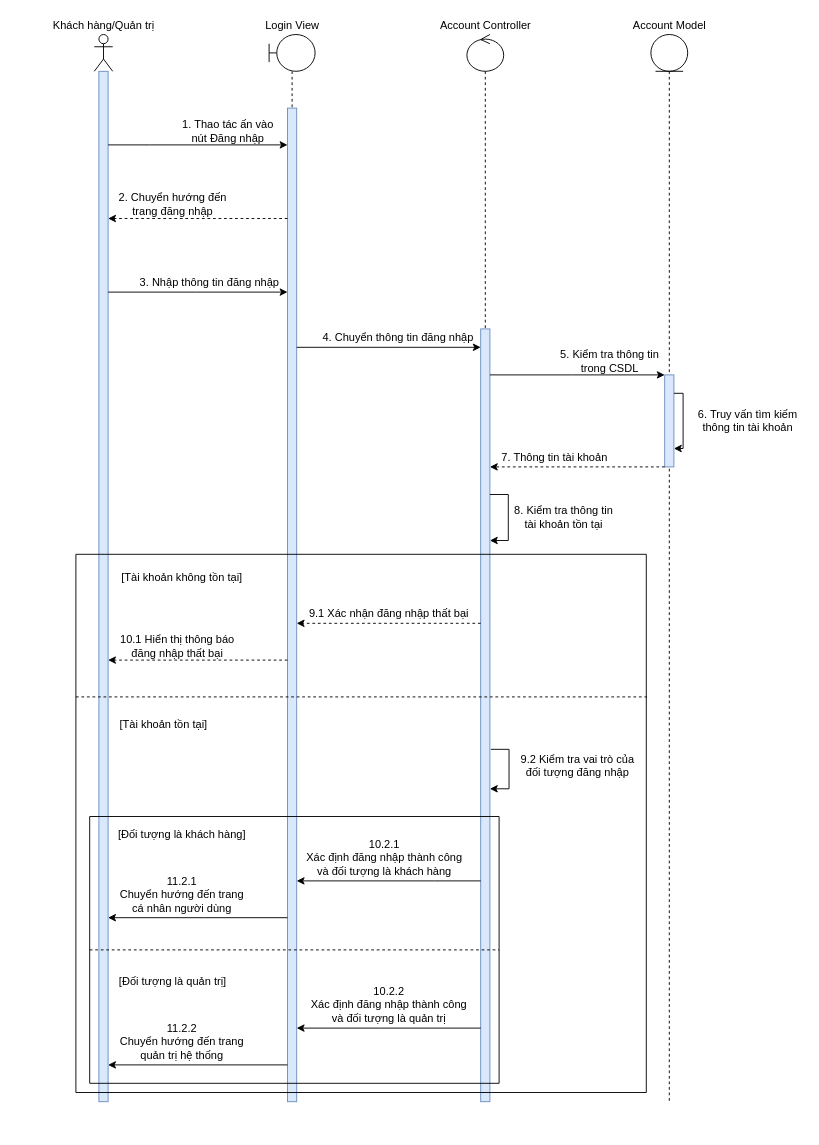
Earlier version of the draw.io diagram Nam3_HK1/CNPM_SoftTech/Sequence Diagrams/Nguyên Lộc/SD_ĐăngNhập.drawio (EdgarIgnite16/SGU-Course). Source tidied: cells renumbered, new cells numbered last; positions are measured from the earlier drawing's top-left corner, leaving out a move shared by most shapes. Both pictures are drawn from the tidied source at 92%, with x=0, y=0 at pixel (43, 16).
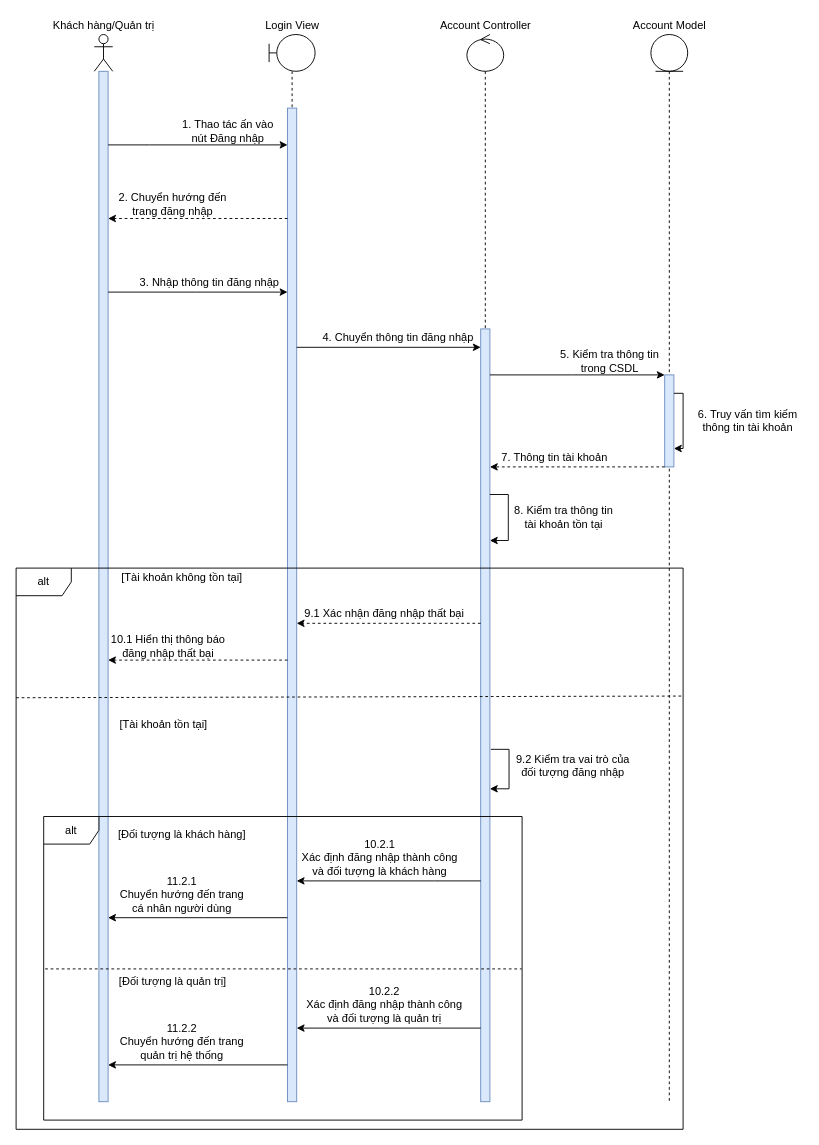
After the change.

The edit, as a diff of the source:
```diff
@@
-    <mxCell id="41" style="swimlane;startSize=0;" parent="1" vertex="1">
-      <mxGeometry x="50" y="870" width="445" height="290" as="geometry" />
-    </mxCell>
-    <mxCell id="42" style="endArrow=none;dashed=1;html=1;rounded=0;exitX=0;exitY=0.5;exitDx=0;exitDy=0;entryX=1;entryY=0.5;entryDx=0;entryDy=0;" parent="1" edge="1" source="41" target="41">
-      <mxGeometry relative="1" as="geometry" />
-    </mxCell>
-    <mxCell id="43" style="swimlane;startSize=0;" parent="1" vertex="1">
-      <mxGeometry x="35" y="585" width="620" height="585" as="geometry" />
-    </mxCell>
+    <mxCell id="52" value="alt" style="shape=umlFrame;whiteSpace=wrap;html=1;" parent="1" vertex="1">
+      <mxGeometry y="870" width="520" height="330" as="geometry" />
+    </mxCell>
+    <mxCell id="53" style="endArrow=none;dashed=1;html=1;rounded=0;entryX=0.999;entryY=0.502;entryDx=0;entryDy=0;entryPerimeter=0;exitX=0.003;exitY=0.502;exitDx=0;exitDy=0;exitPerimeter=0;" parent="1" edge="1" source="52" target="52">
+      <mxGeometry relative="1" as="geometry" />
+    </mxCell>
-    <mxCell id="44" value="9.1 Xác nhận đăng nhập thất bại" style="text;html=1;align=center;verticalAlign=middle;strokeColor=none;fillColor=none;" parent="43" vertex="1">
-      <mxGeometry x="245" y="55" width="190" height="20" as="geometry" />
+    <mxCell id="44" value="9.1 Xác nhận đăng nhập thất bại" style="text;html=1;align=center;verticalAlign=middle;strokeColor=none;fillColor=none;" parent="1" vertex="1">
+      <mxGeometry x="275" y="640" width="190" height="20" as="geometry" />
     </mxCell>
+    <mxCell id="46" value="9.2 Kiểm tra vai trò của &lt;br&gt;đối tượng đăng nhập" style="text;html=1;align=center;verticalAlign=middle;strokeColor=none;fillColor=none;" parent="1" vertex="1">
+      <mxGeometry x="505" y="800" width="140" height="30" as="geometry" />
+    </mxCell>
-    <mxCell id="45" value="10.1 Hiển thị thông báo &lt;br&gt;đăng nhập thất bại" style="text;html=1;align=center;verticalAlign=middle;strokeColor=none;fillColor=none;" parent="43" vertex="1">
-      <mxGeometry x="40" y="85" width="140" height="30" as="geometry" />
+    <mxCell id="45" value="10.1 Hiển thị thông báo &lt;br&gt;đăng nhập thất bại" style="text;html=1;align=center;verticalAlign=middle;strokeColor=none;fillColor=none;" parent="1" vertex="1">
+      <mxGeometry x="65" y="670" width="140" height="30" as="geometry" />
     </mxCell>
-    <mxCell id="46" value="9.2 Kiểm tra vai trò của &lt;br&gt;đối tượng đăng nhập" style="text;html=1;align=center;verticalAlign=middle;strokeColor=none;fillColor=none;" parent="43" vertex="1">
-      <mxGeometry x="475" y="215" width="140" height="30" as="geometry" />
-    </mxCell>
+    <mxCell id="48" value="11.2.1&lt;br&gt;Chuyển hướng đến trang &lt;br&gt;cá nhân người dùng" style="text;html=1;align=center;verticalAlign=middle;strokeColor=none;fillColor=none;" parent="1" vertex="1">
+      <mxGeometry x="75" y="930" width="150" height="50" as="geometry" />
+    </mxCell>
-    <mxCell id="47" value="10.2.1 &lt;br&gt;Xác định đăng nhập thành công&lt;br&gt;và đối tượng là khách hàng" style="text;html=1;align=center;verticalAlign=middle;strokeColor=none;fillColor=none;" parent="43" vertex="1">
-      <mxGeometry x="245" y="305" width="180" height="50" as="geometry" />
+    <mxCell id="47" value="10.2.1 &lt;br&gt;Xác định đăng nhập thành công&lt;br&gt;và đối tượng là khách hàng" style="text;html=1;align=center;verticalAlign=middle;strokeColor=none;fillColor=none;" parent="1" vertex="1">
+      <mxGeometry x="275" y="890" width="180" height="50" as="geometry" />
     </mxCell>
-    <mxCell id="48" value="11.2.1&lt;br&gt;Chuyển hướng đến trang &lt;br&gt;cá nhân người dùng" style="text;html=1;align=center;verticalAlign=middle;strokeColor=none;fillColor=none;" parent="43" vertex="1">
-      <mxGeometry x="40" y="345" width="150" height="50" as="geometry" />
-    </mxCell>
+    <mxCell id="50" value="11.2.2&lt;br&gt;Chuyển hướng đến trang &lt;br&gt;quản trị hệ thống" style="text;html=1;align=center;verticalAlign=middle;strokeColor=none;fillColor=none;" parent="1" vertex="1">
+      <mxGeometry x="75" y="1090" width="150" height="50" as="geometry" />
+    </mxCell>
-    <mxCell id="49" value="10.2.2&lt;br&gt;Xác định đăng nhập thành công&lt;br&gt;và đối tượng là quản trị" style="text;html=1;align=center;verticalAlign=middle;strokeColor=none;fillColor=none;" parent="43" vertex="1">
-      <mxGeometry x="250" y="465" width="180" height="50" as="geometry" />
+    <mxCell id="49" value="10.2.2&lt;br&gt;Xác định đăng nhập thành công&lt;br&gt;và đối tượng là quản trị" style="text;html=1;align=center;verticalAlign=middle;strokeColor=none;fillColor=none;" parent="1" vertex="1">
+      <mxGeometry x="280" y="1050" width="180" height="50" as="geometry" />
     </mxCell>
-    <mxCell id="50" value="11.2.2&lt;br&gt;Chuyển hướng đến trang &lt;br&gt;quản trị hệ thống" style="text;html=1;align=center;verticalAlign=middle;strokeColor=none;fillColor=none;" parent="43" vertex="1">
-      <mxGeometry x="40" y="505" width="150" height="50" as="geometry" />
-    </mxCell>
-    <mxCell id="51" style="endArrow=none;dashed=1;html=1;rounded=0;exitX=0;exitY=0.265;exitDx=0;exitDy=0;exitPerimeter=0;entryX=1.001;entryY=0.265;entryDx=0;entryDy=0;entryPerimeter=0;" parent="1" edge="1" source="43" target="43">
-      <mxGeometry relative="1" as="geometry" />
-    </mxCell>
+    <mxCell id="54" value="alt" style="shape=umlFrame;whiteSpace=wrap;html=1;" parent="1" vertex="1">
+      <mxGeometry x="-30" y="600" width="725" height="610" as="geometry" />
+    </mxCell>
+    <mxCell id="55" style="endArrow=none;dashed=1;html=1;rounded=0;exitX=0;exitY=0.231;exitDx=0;exitDy=0;exitPerimeter=0;entryX=1;entryY=0.228;entryDx=0;entryDy=0;entryPerimeter=0;" parent="1" edge="1" source="54" target="54">
+      <mxGeometry relative="1" as="geometry" />
+    </mxCell>
```
